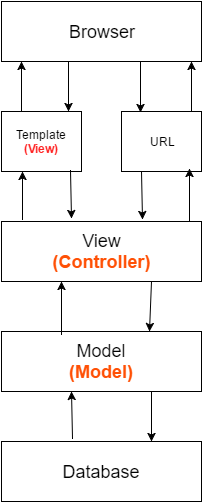
This is img/arquitetura1.png from DevBack/ModelProject, a draw.io export, as it was before one commit. Source tidied: cells renumbered, new cells last; positions are measured from the earlier drawing's top-left corner, leaving out a move shared by most shapes. The source it was exported from:
```xml
<mxGraphModel background="#ffffff">
  <root>
    <mxCell id="0" />
    <mxCell id="1" parent="0" />
    <mxCell id="2" value="&lt;font style=&quot;font-size: 18px&quot;&gt;Browser&lt;/font&gt;" style="whiteSpace=wrap;html=1;" parent="1" vertex="1">
      <mxGeometry width="200" height="60" as="geometry" />
    </mxCell>
    <mxCell id="3" value="&lt;font style=&quot;font-size: 18px&quot;&gt;View&lt;/font&gt;&lt;div&gt;&lt;font style=&quot;font-size: 18px&quot; color=&quot;#ff5005&quot;&gt;&lt;b&gt;(Controller)&lt;/b&gt;&lt;/font&gt;&lt;/div&gt;" style="whiteSpace=wrap;html=1;" parent="1" vertex="1">
      <mxGeometry y="220" width="200" height="60" as="geometry" />
    </mxCell>
    <mxCell id="4" value="&lt;font style=&quot;font-size: 18px&quot;&gt;Model&lt;/font&gt;&lt;div&gt;&lt;font style=&quot;font-size: 18px&quot;&gt;&lt;b&gt;&lt;font color=&quot;#ff5005&quot;&gt;(Model)&lt;/font&gt;&lt;/b&gt;&lt;br&gt;&lt;/font&gt;&lt;/div&gt;" style="whiteSpace=wrap;html=1;" parent="1" vertex="1">
      <mxGeometry y="330" width="200" height="60" as="geometry" />
    </mxCell>
    <mxCell id="5" value="&lt;font style=&quot;font-size: 18px&quot;&gt;Database&lt;/font&gt;" style="whiteSpace=wrap;html=1;" parent="1" vertex="1">
      <mxGeometry y="440" width="200" height="60" as="geometry" />
    </mxCell>
    <mxCell id="6" value="Template&lt;div&gt;&lt;b&gt;&lt;font color=&quot;#ff2121&quot;&gt;(View)&lt;/font&gt;&lt;/b&gt;&lt;br&gt;&lt;/div&gt;" style="whiteSpace=wrap;html=1;" parent="1" vertex="1">
      <mxGeometry y="110" width="80" height="60" as="geometry" />
    </mxCell>
    <mxCell id="7" value="URL" style="whiteSpace=wrap;html=1;" parent="1" vertex="1">
      <mxGeometry x="120" y="110" width="80" height="60" as="geometry" />
    </mxCell>
    <mxCell id="8" style="endArrow=classic;html=1;exitX=0.25;exitY=0;" parent="1" edge="1" source="6">
      <mxGeometry relative="1" as="geometry">
        <mxPoint x="20" y="60" as="targetPoint" />
      </mxGeometry>
    </mxCell>
    <mxCell id="9" style="endArrow=classic;html=1;exitX=0.25;exitY=0;" parent="1" edge="1">
      <mxGeometry x="510" y="130" as="geometry">
        <mxPoint x="190" y="110" as="sourcePoint" />
        <mxPoint x="190" y="60" as="targetPoint" />
      </mxGeometry>
    </mxCell>
    <mxCell id="10" style="endArrow=classic;html=1;" parent="1" edge="1">
      <mxGeometry relative="1" as="geometry">
        <mxPoint x="67" y="60" as="sourcePoint" />
        <mxPoint x="67" y="110" as="targetPoint" />
      </mxGeometry>
    </mxCell>
    <mxCell id="11" style="endArrow=classic;html=1;" parent="1" edge="1">
      <mxGeometry x="459" y="131" as="geometry">
        <mxPoint x="139" y="61" as="sourcePoint" />
        <mxPoint x="139" y="111" as="targetPoint" />
      </mxGeometry>
    </mxCell>
    <mxCell id="12" style="endArrow=classic;html=1;exitX=0.105;exitY=-0.033;exitPerimeter=0;" parent="1" edge="1" source="3">
      <mxGeometry relative="1" as="geometry">
        <mxPoint x="21" y="170" as="targetPoint" />
      </mxGeometry>
    </mxCell>
    <mxCell id="13" style="endArrow=classic;html=1;entryX=0.35;entryY=-0.05;entryPerimeter=0;" parent="1" edge="1" target="3">
      <mxGeometry x="389" y="239" as="geometry">
        <mxPoint x="69" y="169" as="sourcePoint" />
      </mxGeometry>
    </mxCell>
    <mxCell id="14" style="endArrow=classic;html=1;entryX=0.125;entryY=0.95;entryPerimeter=0;" parent="1" edge="1">
      <mxGeometry relative="1" as="geometry">
        <mxPoint x="188" y="220" as="sourcePoint" />
        <mxPoint x="188" y="167" as="targetPoint" />
      </mxGeometry>
    </mxCell>
    <mxCell id="15" style="endArrow=classic;html=1;entryX=0.705;entryY=-0.033;entryPerimeter=0;exitX=0.25;exitY=1;" parent="1" edge="1" source="7" target="3">
      <mxGeometry relative="1" as="geometry" />
    </mxCell>
    <mxCell id="16" style="endArrow=classic;html=1;exitX=0.2;exitY=0.05;exitPerimeter=0;" parent="1" edge="1">
      <mxGeometry relative="1" as="geometry">
        <mxPoint x="60" y="333" as="sourcePoint" />
        <mxPoint x="60" y="280" as="targetPoint" />
      </mxGeometry>
    </mxCell>
    <mxCell id="17" style="endArrow=classic;html=1;exitX=0.75;exitY=1;" parent="1" edge="1" source="3">
      <mxGeometry relative="1" as="geometry">
        <mxPoint x="148" y="330" as="targetPoint" />
      </mxGeometry>
    </mxCell>
    <mxCell id="18" style="endArrow=classic;html=1;exitX=0.355;exitY=-0.05;exitPerimeter=0;" parent="1" edge="1" source="5">
      <mxGeometry relative="1" as="geometry">
        <mxPoint x="70" y="390" as="targetPoint" />
      </mxGeometry>
    </mxCell>
    <mxCell id="19" style="endArrow=classic;html=1;exitX=0.75;exitY=1;" parent="1" edge="1" source="4">
      <mxGeometry relative="1" as="geometry">
        <mxPoint x="150" y="440" as="targetPoint" />
      </mxGeometry>
    </mxCell>
  </root>
</mxGraphModel>
```
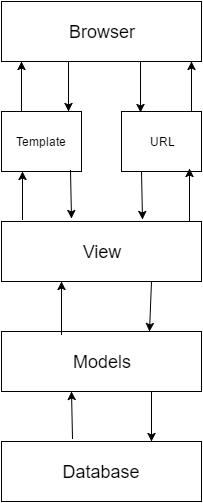
After the change.

Diff of the diagram source:
```diff
@@ -5,16 +5,16 @@
     <mxCell id="2" value="&lt;font style=&quot;font-size: 18px&quot;&gt;Browser&lt;/font&gt;" style="whiteSpace=wrap;html=1;" parent="1" vertex="1">
       <mxGeometry width="200" height="60" as="geometry" />
     </mxCell>
-    <mxCell id="3" value="&lt;font style=&quot;font-size: 18px&quot;&gt;View&lt;/font&gt;&lt;div&gt;&lt;font style=&quot;font-size: 18px&quot; color=&quot;#ff5005&quot;&gt;&lt;b&gt;(Controller)&lt;/b&gt;&lt;/font&gt;&lt;/div&gt;" style="whiteSpace=wrap;html=1;" parent="1" vertex="1">
+    <mxCell id="3" value="&lt;font style=&quot;font-size: 18px&quot;&gt;View&lt;/font&gt;" style="whiteSpace=wrap;html=1;" parent="1" vertex="1">
       <mxGeometry y="220" width="200" height="60" as="geometry" />
     </mxCell>
-    <mxCell id="4" value="&lt;font style=&quot;font-size: 18px&quot;&gt;Model&lt;/font&gt;&lt;div&gt;&lt;font style=&quot;font-size: 18px&quot;&gt;&lt;b&gt;&lt;font color=&quot;#ff5005&quot;&gt;(Model)&lt;/font&gt;&lt;/b&gt;&lt;br&gt;&lt;/font&gt;&lt;/div&gt;" style="whiteSpace=wrap;html=1;" parent="1" vertex="1">
+    <mxCell id="4" value="&lt;font style=&quot;font-size: 18px&quot;&gt;Models&lt;/font&gt;" style="whiteSpace=wrap;html=1;" parent="1" vertex="1">
       <mxGeometry y="330" width="200" height="60" as="geometry" />
     </mxCell>
     <mxCell id="5" value="&lt;font style=&quot;font-size: 18px&quot;&gt;Database&lt;/font&gt;" style="whiteSpace=wrap;html=1;" parent="1" vertex="1">
       <mxGeometry y="440" width="200" height="60" as="geometry" />
     </mxCell>
-    <mxCell id="6" value="Template&lt;div&gt;&lt;b&gt;&lt;font color=&quot;#ff2121&quot;&gt;(View)&lt;/font&gt;&lt;/b&gt;&lt;br&gt;&lt;/div&gt;" style="whiteSpace=wrap;html=1;" parent="1" vertex="1">
+    <mxCell id="6" value="Template" style="whiteSpace=wrap;html=1;" parent="1" vertex="1">
       <mxGeometry y="110" width="80" height="60" as="geometry" />
     </mxCell>
     <mxCell id="7" value="URL" style="whiteSpace=wrap;html=1;" parent="1" vertex="1">
```
